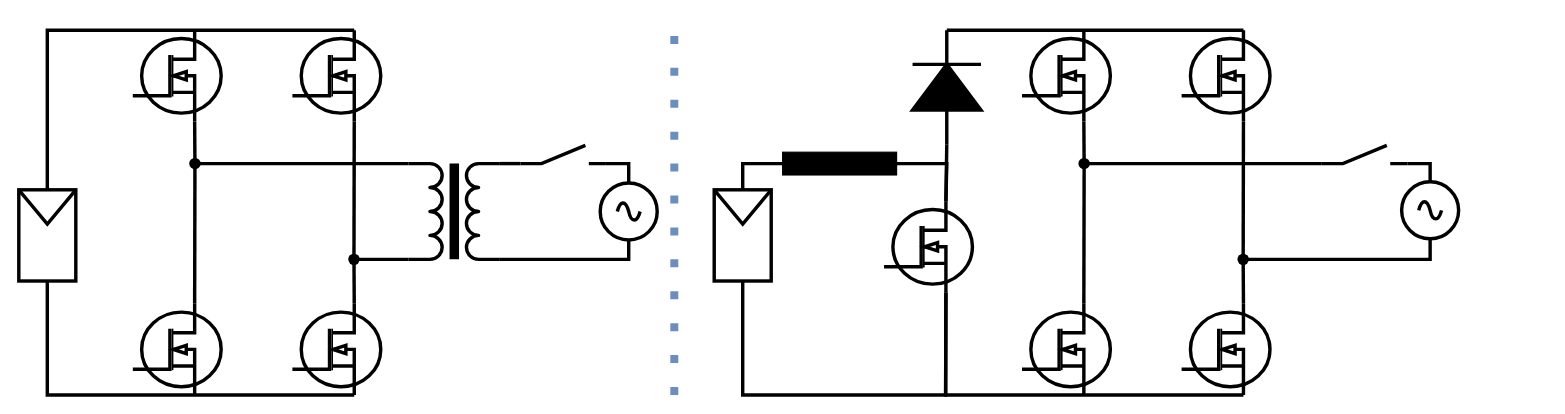
This is Topologie_FS_Richtig.drawio from Lostqw1/Funfun, a draw.io file, before an edit. Source tidied: cells renumbered, new cells numbered last; positions are measured from the earlier drawing's top-left corner, leaving out a move shared by most shapes. Both pictures are drawn from the tidied source at 114%, with x=0, y=0 at pixel (18, 18).
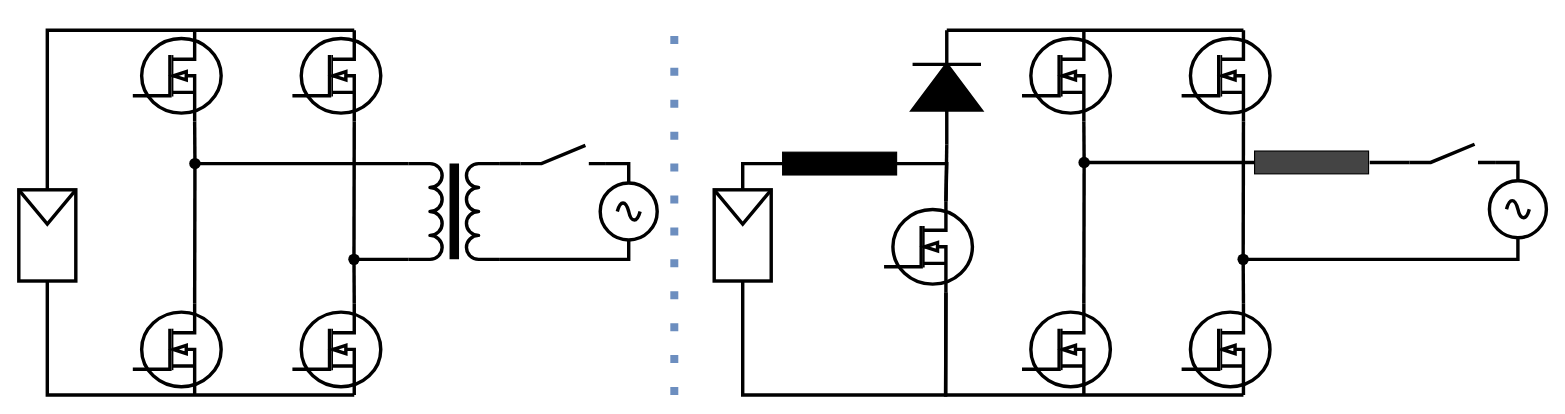
After the change.

The change refers to these unchanged cells:
```xml
<mxCell id="35" style="shape=waypoint;sketch=0;fillStyle=solid;size=6;points=[];fillColor=none;perimeter=centerPerimeter;snapToPoint=1;strokeWidth=3;" parent="1" vertex="1">
  <mxGeometry x="1064" y="201" width="20" height="20" as="geometry" />
</mxCell>
```

What changed in the source:
```diff
@@
     <mxCell id="30" style="verticalLabelPosition=bottom;shadow=0;dashed=0;align=center;html=1;verticalAlign=top;shape=mxgraph.electrical.electro-mechanical.make_contact;strokeWidth=3;" parent="1" vertex="1">
-      <mxGeometry x="1143" y="111" width="75" height="16" as="geometry" />
+      <mxGeometry x="1220" y="110" width="75" height="16" as="geometry" />
     </mxCell>
     <mxCell id="31" style="verticalLabelPosition=bottom;shadow=0;dashed=0;align=center;html=1;verticalAlign=top;shape=mxgraph.electrical.signal_sources.source;points=[[0.5,0,0],[1,0.5,0],[0.5,1,0],[0,0.5,0]];elSignalType=ac;strokeWidth=3;" parent="1" vertex="1">
-      <mxGeometry x="1213" y="143" width="50" height="50" as="geometry" />
+      <mxGeometry x="1290" y="142" width="50" height="50" as="geometry" />
     </mxCell>
@@
     <mxCell id="33" style="shape=waypoint;sketch=0;fillStyle=solid;size=6;points=[];fillColor=none;perimeter=centerPerimeter;snapToPoint=1;strokeWidth=3;" parent="1" vertex="1">
-      <mxGeometry x="924.5" y="117" width="20" height="20" as="geometry" />
+      <mxGeometry x="924.5" y="116" width="20" height="20" as="geometry" />
     </mxCell>
@@
-    <mxCell id="36" style="endArrow=none;html=1;rounded=0;exitX=0.475;exitY=0.65;exitDx=0;exitDy=0;exitPerimeter=0;strokeWidth=3;entryX=0;entryY=1;entryDx=0;entryDy=0;entryPerimeter=0;" parent="1" edge="1" source="33" target="30">
-      <mxGeometry relative="1" as="geometry" />
-    </mxCell>
     <mxCell id="37" style="endArrow=none;html=1;rounded=0;strokeWidth=3;entryX=0.5;entryY=1;entryDx=0;entryDy=0;entryPerimeter=0;" parent="1" edge="1" source="35" target="31">
       <mxGeometry relative="1" as="geometry">
         <Array as="points">
           <mxPoint x="1238" y="211" />
+          <mxPoint x="1315" y="211" />
         </Array>
       </mxGeometry>
     </mxCell>
@@
     <mxCell id="40" style="endArrow=none;html=1;rounded=0;entryX=0.5;entryY=0;entryDx=0;entryDy=0;entryPerimeter=0;exitX=1;exitY=1;exitDx=0;exitDy=0;exitPerimeter=0;strokeWidth=3;" parent="1" edge="1" source="30" target="31">
       <mxGeometry relative="1" as="geometry">
         <Array as="points">
-          <mxPoint x="1238" y="127" />
+          <mxPoint x="1315" y="126" />
         </Array>
       </mxGeometry>
     </mxCell>
@@
+    <mxCell id="51" style="rounded=0;whiteSpace=wrap;html=1;fillColor=#444444;" parent="1" vertex="1">
+      <mxGeometry x="1084" y="116" width="100" height="20" as="geometry" />
+    </mxCell>
+    <mxCell id="52" style="endArrow=none;html=1;rounded=0;entryX=0;entryY=1;entryDx=0;entryDy=0;entryPerimeter=0;strokeWidth=3;" parent="1" edge="1" target="30">
+      <mxGeometry relative="1" as="geometry">
+        <mxPoint x="1185" y="126" as="sourcePoint" />
+      </mxGeometry>
+    </mxCell>
+    <mxCell id="53" style="endArrow=none;html=1;rounded=0;entryX=0.725;entryY=0.5;entryDx=0;entryDy=0;entryPerimeter=0;exitX=0;exitY=0.5;exitDx=0;exitDy=0;strokeWidth=3;" parent="1" edge="1" source="51" target="33">
+      <mxGeometry relative="1" as="geometry" />
+    </mxCell>
```
